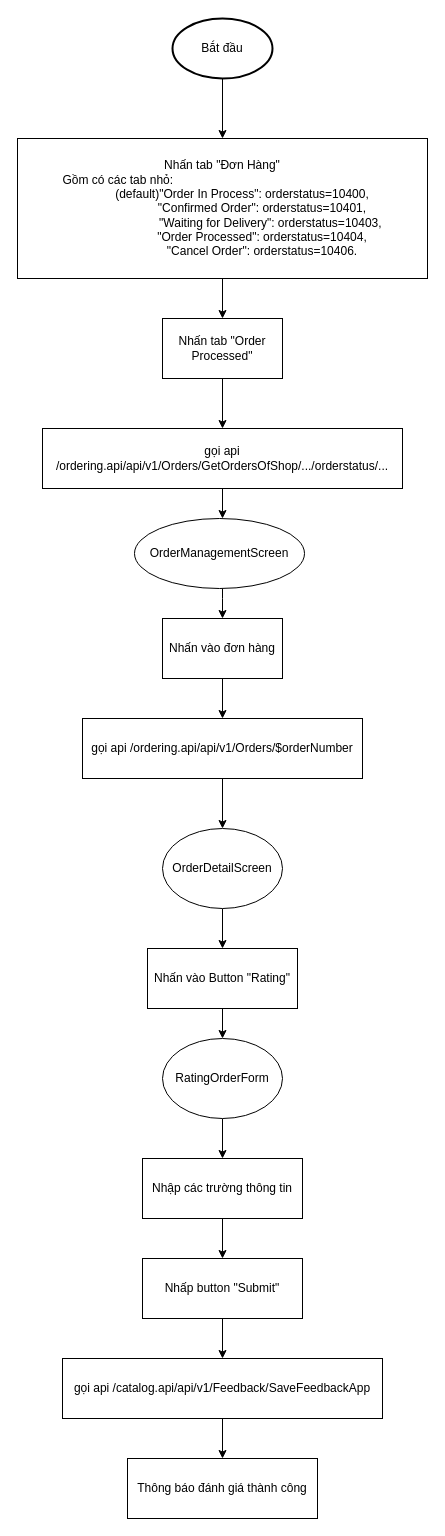
The draw.io diagram page "Flowchart" (1 of 4) of OrderManagement Diagram.drawio in Alars99/diagram, before the edit. Source tidied: cells renumbered, new cells numbered last; positions are measured from the earlier drawing's top-left corner, leaving out a move shared by most shapes. Both pictures are drawn from the tidied source at 100%, with x=0, y=0 at pixel (17, 18).
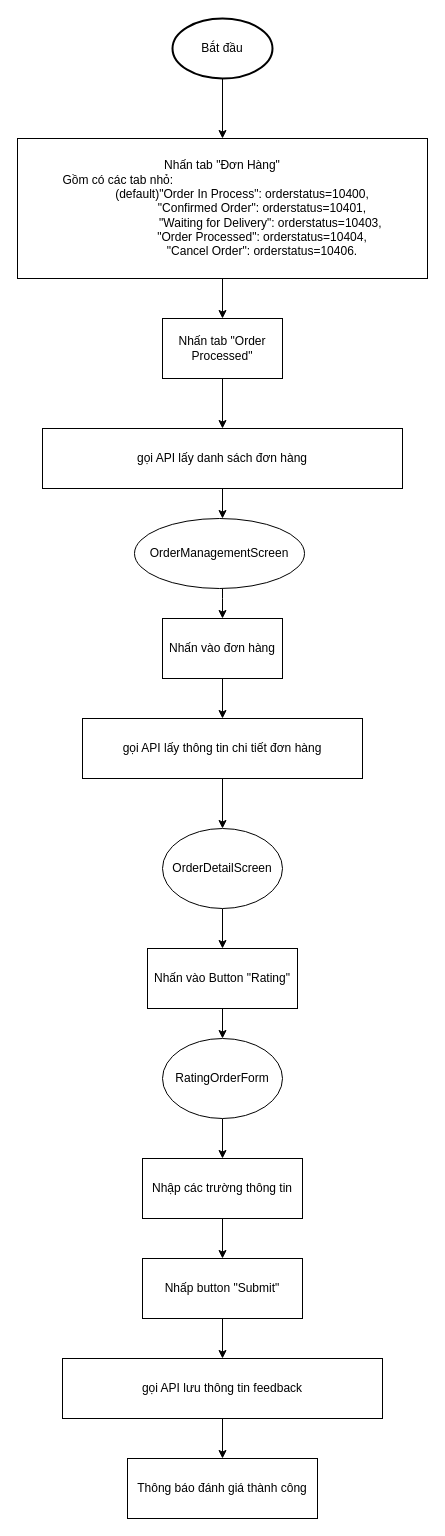
Above is the later version.

Diff of the diagram source:
```diff
@@
-    <mxCell id="14" value="gọi api /ordering.api/api/v1/Orders/GetOrdersOfShop/.../orderstatus/..." style="rounded=0;whiteSpace=wrap;html=1;" parent="1" vertex="1">
+    <mxCell id="14" value="gọi API lấy danh sách đơn hàng" style="rounded=0;whiteSpace=wrap;html=1;" parent="1" vertex="1">
       <mxGeometry x="25" y="410" width="360" height="60" as="geometry" />
     </mxCell>
@@
-    <mxCell id="16" value="gọi api&amp;nbsp;/ordering.api/api/v1/Orders/$orderNumber" style="rounded=0;whiteSpace=wrap;html=1;" parent="1" vertex="1">
+    <mxCell id="16" value="gọi API lấy thông tin chi tiết đơn hàng" style="rounded=0;whiteSpace=wrap;html=1;" parent="1" vertex="1">
       <mxGeometry x="65" y="700" width="280" height="60" as="geometry" />
     </mxCell>
@@
-    <mxCell id="27" value="&lt;span&gt;gọi api&amp;nbsp;&lt;/span&gt;&lt;span&gt;/catalog.api/api/v1/Feedback/SaveFeedbackApp&lt;/span&gt;" style="rounded=0;whiteSpace=wrap;html=1;" parent="1" vertex="1">
+    <mxCell id="27" value="&lt;span&gt;gọi API lưu thông tin feedback&lt;/span&gt;" style="rounded=0;whiteSpace=wrap;html=1;" parent="1" vertex="1">
       <mxGeometry x="45" y="1340" width="320" height="60" as="geometry" />
     </mxCell>
```
